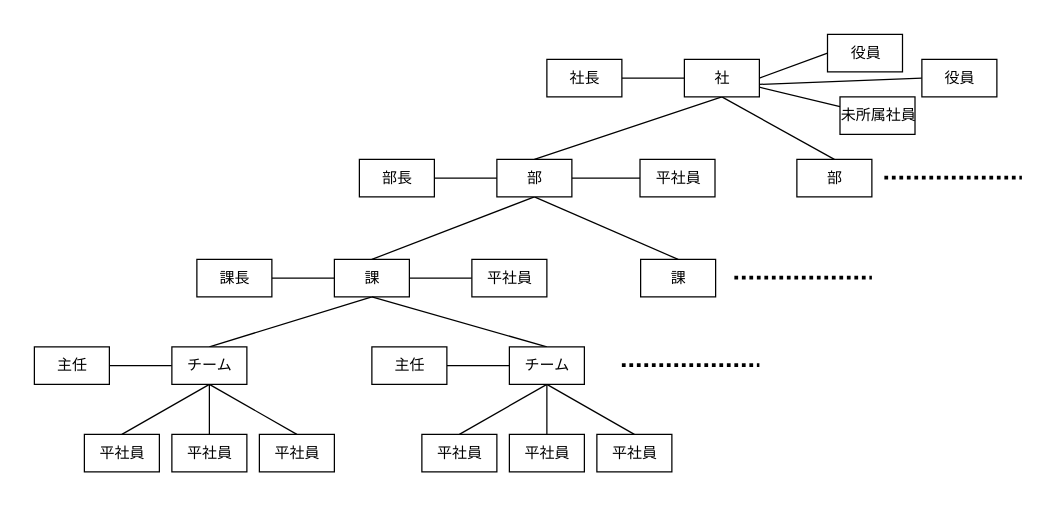
Earlier version of the draw.io diagram page "オブジェクト図" (1 of 4) of Designs/組織構成設計/organization_design.drawio (bosssanovar/LightMvvmSample). Source tidied: cells renumbered, new cells numbered last; positions are measured from the earlier drawing's top-left corner, leaving out a move shared by most shapes. Both pictures are drawn from the tidied source at 125%, with x=0, y=0 at pixel (21, 21).
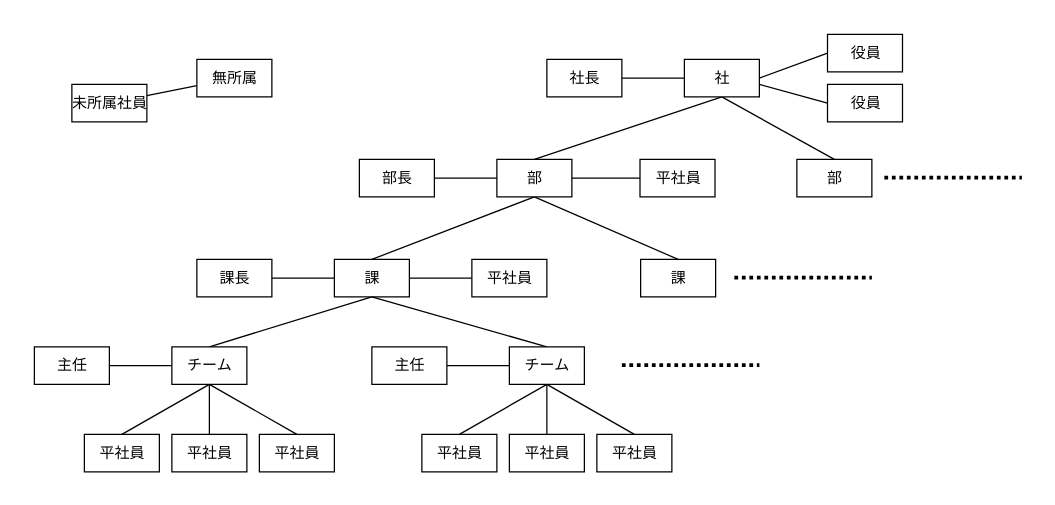
After the change.

Unchanged cells that the change refers to:
```xml
<mxCell id="27" value="社" style="html=1;" parent="1" vertex="1">
  <mxGeometry x="530" y="30" width="60" height="30" as="geometry" />
</mxCell>
```

The edit, as a diff of the source:
```diff
@@
     <mxCell id="32" value="役員" style="html=1;" parent="1" vertex="1">
-      <mxGeometry x="720" y="30" width="60" height="30" as="geometry" />
+      <mxGeometry x="644.5" y="50" width="60" height="30" as="geometry" />
     </mxCell>
@@
     <mxCell id="49" value="未所属社員" style="html=1;" parent="1" vertex="1">
-      <mxGeometry x="654.5" y="60" width="60" height="30" as="geometry" />
+      <mxGeometry x="40" y="50" width="60" height="30" as="geometry" />
     </mxCell>
-    <mxCell id="50" style="edgeStyle=none;jumpSize=10;html=1;strokeWidth=1;endArrow=none;endFill=0;" parent="1" edge="1" source="27" target="49">
+    <mxCell id="50" style="edgeStyle=none;jumpSize=10;html=1;strokeWidth=1;endArrow=none;endFill=0;" parent="1" edge="1" source="51" target="49">
       <mxGeometry relative="1" as="geometry" />
     </mxCell>
+    <mxCell id="51" value="無所属" style="html=1;" parent="1" vertex="1">
+      <mxGeometry x="140" y="30" width="60" height="30" as="geometry" />
+    </mxCell>
```
